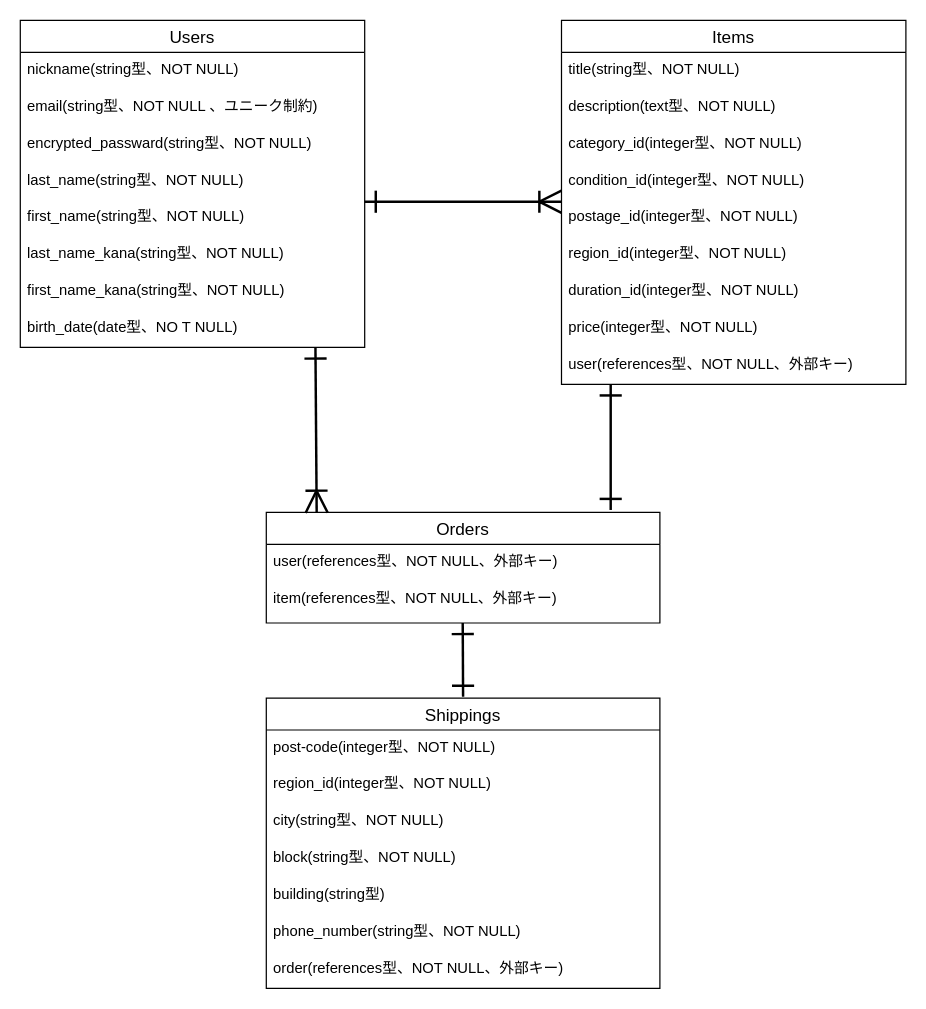
Before: furima.dio in atsushi0610/furima-38916, a draw.io diagram. Source tidied: cells renumbered, new cells numbered last; positions are measured from the earlier drawing's top-left corner, leaving out a move shared by most shapes. Both pictures are drawn from the tidied source at 123%, with x=0, y=0 at pixel (20, 20).
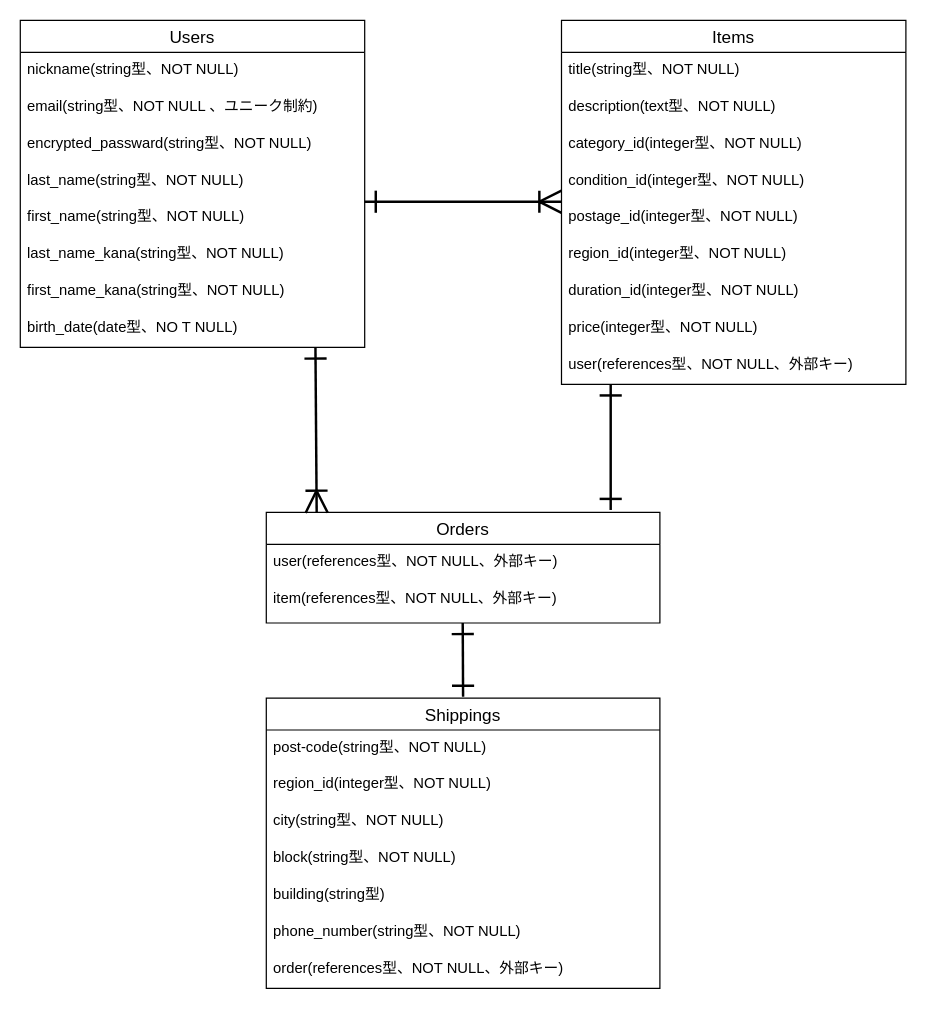
The same diagram, later.

Commit message (it also covers changes not shown here):
ER図、README 再修正

The change refers to these unchanged cells:
```xml
<mxCell id="24" value="Shippings" style="swimlane;fontStyle=0;horizontal=1;startSize=26;align=center;fontSize=14;" parent="1" vertex="1">
  <mxGeometry x="200" y="551" width="320" height="236" as="geometry" />
</mxCell>
```

The edit, as a diff of the source:
```diff
@@
-    <mxCell id="25" value="post-code(integer型、NOT NULL)" style="text;strokeColor=none;fillColor=none;spacingLeft=4;spacingRight=4;overflow=hidden;fontSize=12;" parent="24" vertex="1">
+    <mxCell id="25" value="post-code(string型、NOT NULL)" style="text;strokeColor=none;fillColor=none;spacingLeft=4;spacingRight=4;overflow=hidden;fontSize=12;" parent="24" vertex="1">
       <mxGeometry y="26" width="320" height="30" as="geometry" />
     </mxCell>
```
